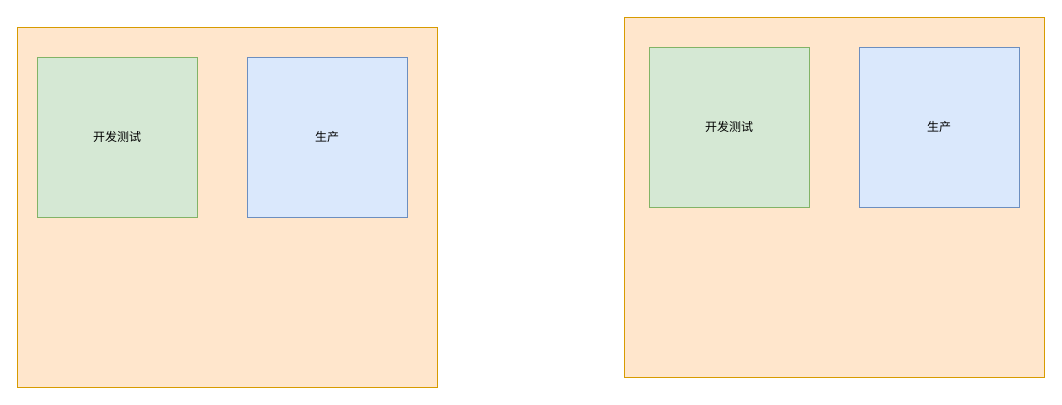
This is Untitled Diagram.drawio from ChangeSub/BoyHan, a draw.io file, before an edit. Source tidied: cells renumbered, new cells numbered last; positions are measured from the earlier drawing's top-left corner, leaving out a move shared by most shapes. Both pictures are drawn from the tidied source at 100%, with x=0, y=0 at pixel (17, 17).
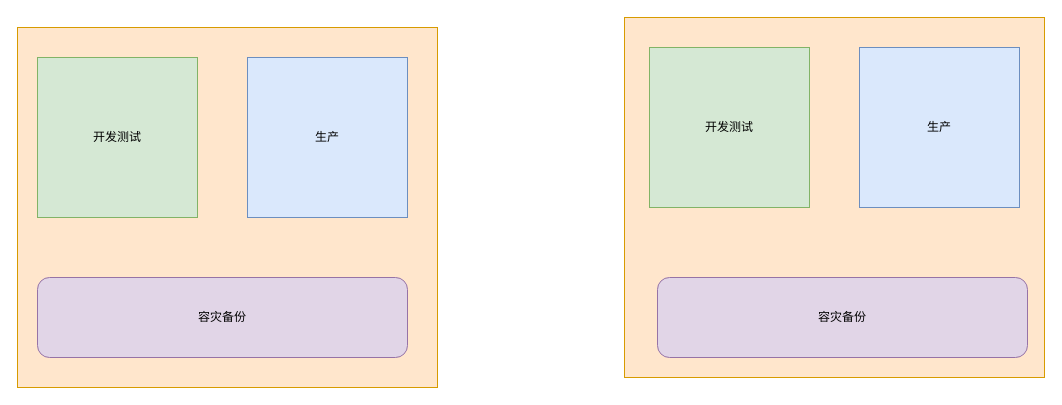
The same page after the edit.

Change to the diagram source:
```diff
@@
 <mxGraphModel>
   <root>
     <mxCell id="0" />
     <mxCell id="1" parent="0" />
     <mxCell id="2" style="rounded=0;whiteSpace=wrap;html=1;fillColor=#ffe6cc;strokeColor=#d79b00;" parent="1" vertex="1">
       <mxGeometry y="10" width="420" height="360" as="geometry" />
     </mxCell>
     <mxCell id="3" style="rounded=0;whiteSpace=wrap;html=1;fillColor=#ffe6cc;strokeColor=#d79b00;" parent="1" vertex="1">
       <mxGeometry x="607" width="420" height="360" as="geometry" />
     </mxCell>
     <mxCell id="4" value="开发测试" style="whiteSpace=wrap;html=1;fillColor=#d5e8d4;strokeColor=#82b366;" parent="1" vertex="1">
       <mxGeometry x="20" y="40" width="160" height="160" as="geometry" />
     </mxCell>
     <mxCell id="5" value="生产" style="whiteSpace=wrap;html=1;fillColor=#dae8fc;strokeColor=#6c8ebf;" parent="1" vertex="1">
       <mxGeometry x="230" y="40" width="160" height="160" as="geometry" />
     </mxCell>
     <mxCell id="6" value="开发测试" style="whiteSpace=wrap;html=1;fillColor=#d5e8d4;strokeColor=#82b366;" parent="1" vertex="1">
       <mxGeometry x="632" y="30" width="160" height="160" as="geometry" />
     </mxCell>
     <mxCell id="7" value="生产" style="whiteSpace=wrap;html=1;fillColor=#dae8fc;strokeColor=#6c8ebf;" parent="1" vertex="1">
       <mxGeometry x="842" y="30" width="160" height="160" as="geometry" />
     </mxCell>
+    <mxCell id="8" value="容灾备份" style="rounded=1;whiteSpace=wrap;html=1;fillColor=#e1d5e7;strokeColor=#9673a6;" parent="1" vertex="1">
+      <mxGeometry x="20" y="260" width="370" height="80" as="geometry" />
+    </mxCell>
+    <mxCell id="9" value="容灾备份" style="rounded=1;whiteSpace=wrap;html=1;fillColor=#e1d5e7;strokeColor=#9673a6;" parent="1" vertex="1">
+      <mxGeometry x="640" y="260" width="370" height="80" as="geometry" />
+    </mxCell>
   </root>
 </mxGraphModel>
```
